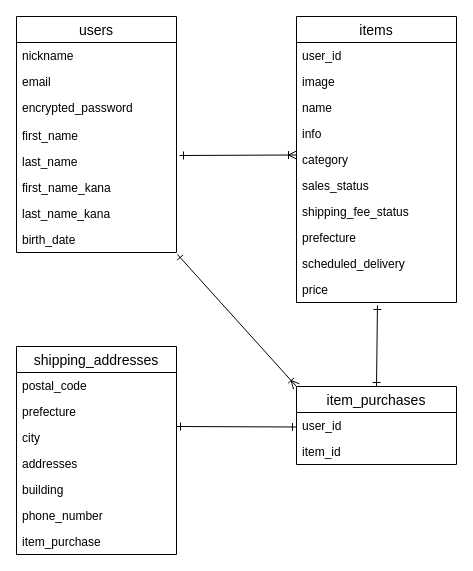
Above: app/models/ER.dio in kentaroupstream/furima-29337 (draw.io), before the change. Source tidied: cells renumbered, new cells numbered last; positions are measured from the earlier drawing's top-left corner, leaving out a move shared by most shapes. Both pictures are drawn from the tidied source at 100%, with x=0, y=0 at pixel (16, 16).
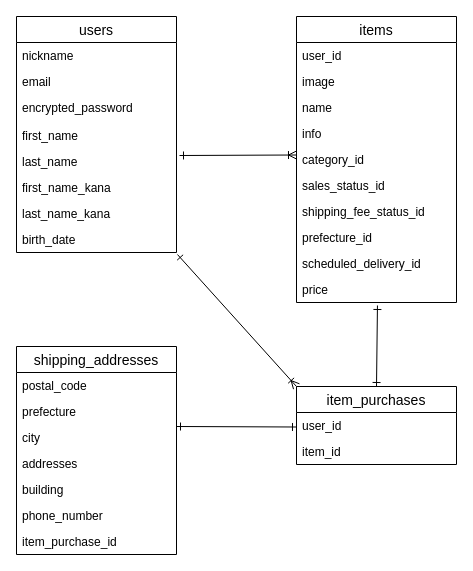
Above is the later version.

The change refers to these unchanged cells:
```xml
<mxCell id="12" value="items" style="swimlane;fontStyle=0;horizontal=1;startSize=26;align=center;fontSize=14;" parent="1" vertex="1">
  <mxGeometry x="280" width="160" height="286" as="geometry" />
</mxCell>
<mxCell id="24" value="shipping_addresses" style="swimlane;fontStyle=0;horizontal=1;startSize=26;align=center;fontSize=14;" parent="1" vertex="1">
  <mxGeometry y="330" width="160" height="208" as="geometry" />
</mxCell>
```

Change to the diagram source:
```diff
@@
-    <mxCell id="18" value="category" style="text;strokeColor=none;fillColor=none;spacingLeft=4;spacingRight=4;overflow=hidden;fontSize=12;" parent="12" vertex="1">
+    <mxCell id="18" value="category_id" style="text;strokeColor=none;fillColor=none;spacingLeft=4;spacingRight=4;overflow=hidden;fontSize=12;" parent="12" vertex="1">
       <mxGeometry y="130" width="160" height="26" as="geometry" />
     </mxCell>
-    <mxCell id="19" value="sales_status" style="text;strokeColor=none;fillColor=none;spacingLeft=4;spacingRight=4;overflow=hidden;fontSize=12;" parent="12" vertex="1">
+    <mxCell id="19" value="sales_status_id" style="text;strokeColor=none;fillColor=none;spacingLeft=4;spacingRight=4;overflow=hidden;fontSize=12;" parent="12" vertex="1">
       <mxGeometry y="156" width="160" height="26" as="geometry" />
     </mxCell>
-    <mxCell id="20" value="shipping_fee_status" style="text;strokeColor=none;fillColor=none;spacingLeft=4;spacingRight=4;overflow=hidden;fontSize=12;" parent="12" vertex="1">
+    <mxCell id="20" value="shipping_fee_status_id" style="text;strokeColor=none;fillColor=none;spacingLeft=4;spacingRight=4;overflow=hidden;fontSize=12;" parent="12" vertex="1">
       <mxGeometry y="182" width="160" height="26" as="geometry" />
     </mxCell>
-    <mxCell id="21" value="prefecture" style="text;strokeColor=none;fillColor=none;spacingLeft=4;spacingRight=4;overflow=hidden;fontSize=12;" parent="12" vertex="1">
+    <mxCell id="21" value="prefecture_id" style="text;strokeColor=none;fillColor=none;spacingLeft=4;spacingRight=4;overflow=hidden;fontSize=12;" parent="12" vertex="1">
       <mxGeometry y="208" width="160" height="26" as="geometry" />
     </mxCell>
-    <mxCell id="22" value="scheduled_delivery" style="text;strokeColor=none;fillColor=none;spacingLeft=4;spacingRight=4;overflow=hidden;fontSize=12;" parent="12" vertex="1">
+    <mxCell id="22" value="scheduled_delivery_id" style="text;strokeColor=none;fillColor=none;spacingLeft=4;spacingRight=4;overflow=hidden;fontSize=12;" parent="12" vertex="1">
       <mxGeometry y="234" width="160" height="26" as="geometry" />
     </mxCell>
@@
-    <mxCell id="31" value="item_purchase" style="text;strokeColor=none;fillColor=none;spacingLeft=4;spacingRight=4;overflow=hidden;fontSize=12;" parent="24" vertex="1">
+    <mxCell id="31" value="item_purchase_id" style="text;strokeColor=none;fillColor=none;spacingLeft=4;spacingRight=4;overflow=hidden;fontSize=12;" parent="24" vertex="1">
       <mxGeometry y="182" width="160" height="26" as="geometry" />
     </mxCell>
```
